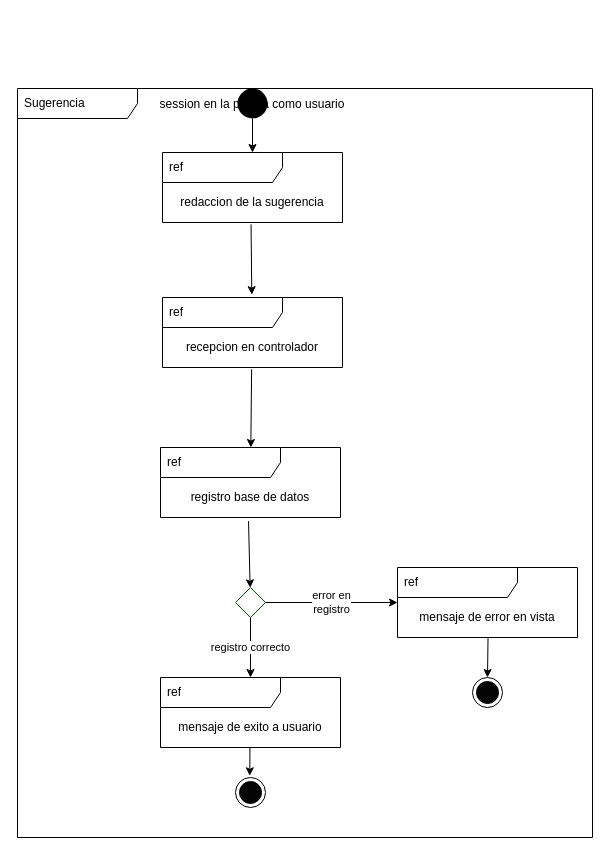
Earlier version of the draw.io diagram DOCUMENTACION/interaccionesSugerencia.drawio (cresb-49/PRACTICA-1-TEO1). Source tidied: cells renumbered, new cells numbered last; positions are measured from the earlier drawing's top-left corner, leaving out a move shared by most shapes. Both pictures are drawn from the tidied source at 100%, with x=0, y=0 at pixel (17, 88).
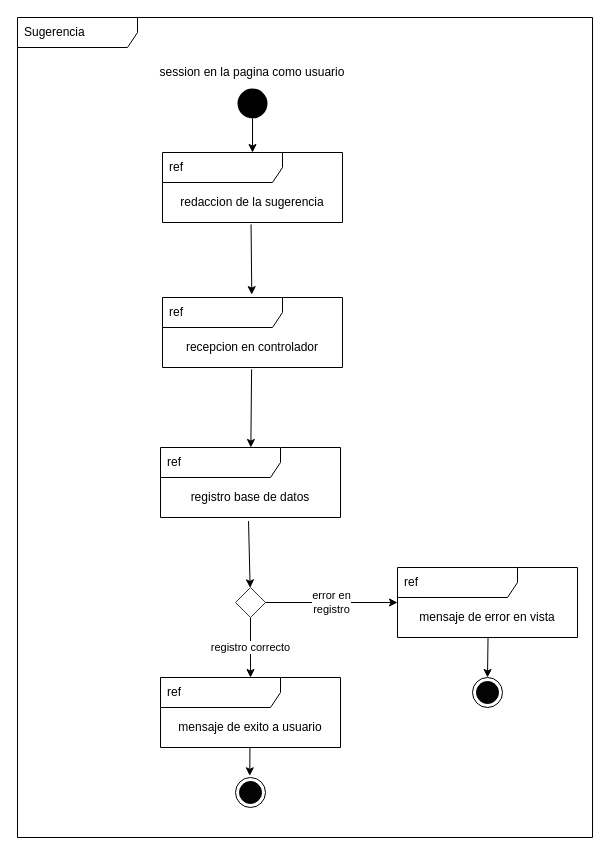
The same page after the edit.

What changed in the source:
```diff
@@
     <mxCell id="2" value="Sugerencia" style="shape=umlFrame;whiteSpace=wrap;html=1;width=120;height=30;boundedLbl=1;verticalAlign=middle;align=left;spacingLeft=5;fillColor=default;" parent="1" vertex="1">
-      <mxGeometry width="575" height="749" as="geometry" />
+      <mxGeometry y="-71" width="575" height="820" as="geometry" />
     </mxCell>
@@
-    <mxCell id="4" value="session en la pagina como usuario" style="ellipse;strokeColor=none;fillColor=#000000;" parent="1" vertex="1">
+    <mxCell id="4" style="ellipse;strokeColor=none;fillColor=#000000;" parent="1" vertex="1">
       <mxGeometry x="220" width="30" height="30" as="geometry" />
     </mxCell>
@@
+    <mxCell id="25" value="&lt;span style=&quot;color: rgb(0, 0, 0);&quot;&gt;session en la pagina como usuario&lt;/span&gt;" style="text;html=1;strokeColor=none;fillColor=none;align=center;verticalAlign=middle;whiteSpace=wrap;rounded=0;fontColor=#FFFFFF;" parent="1" vertex="1">
+      <mxGeometry x="120" y="-31" width="230" height="30" as="geometry" />
+    </mxCell>
```
